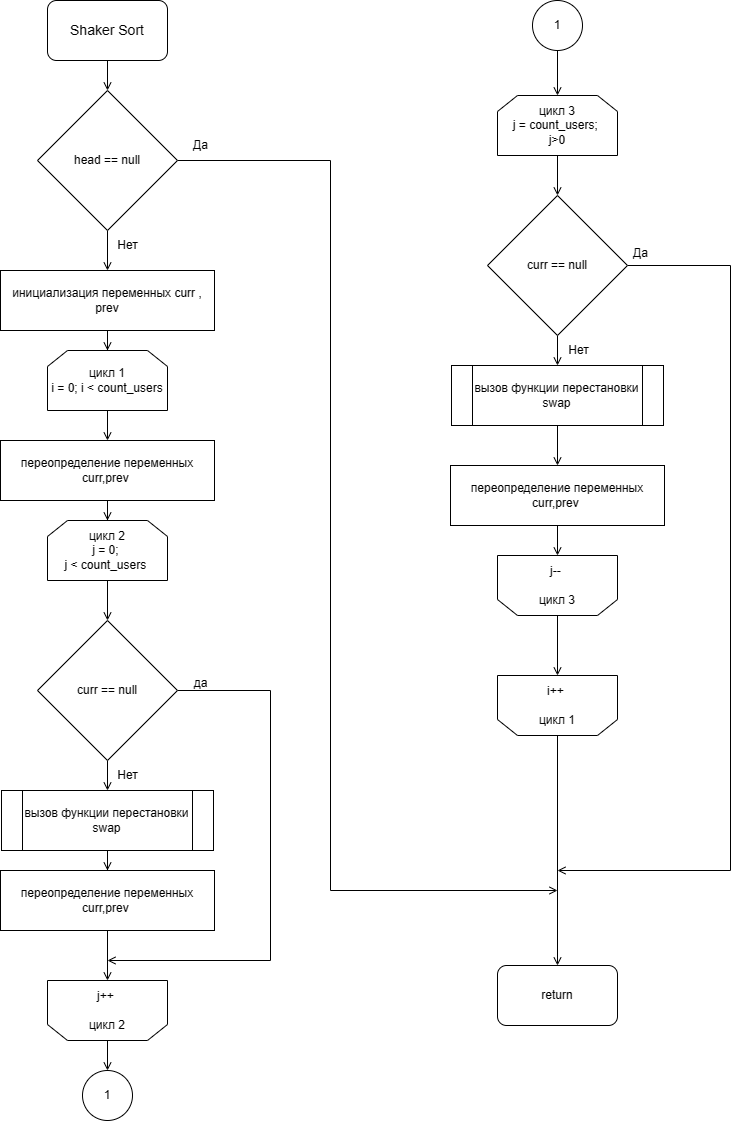
Earlier version of the draw.io export Diagrams/ShakerSort.drawio.png (alrx31/ExamineConstructor). Source tidied: cells renumbered, new cells last; positions are measured from the earlier drawing's top-left corner, leaving out a move shared by most shapes.
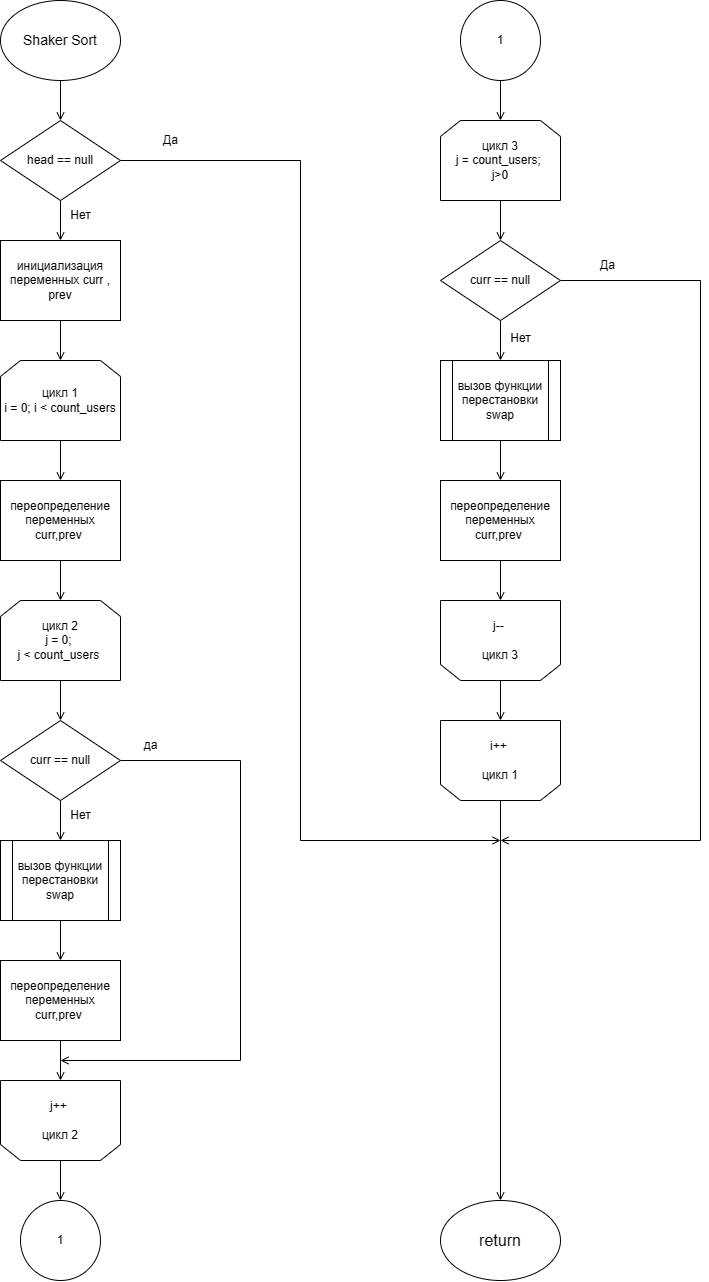
Later version of the same file.

Change to the diagram source:
```diff
@@ -5,156 +5,157 @@
     <mxCell id="2" style="edgeStyle=orthogonalEdgeStyle;rounded=0;jettySize=auto;html=1;endArrow=open;endFill=0;" parent="1" edge="1" source="3" target="8">
       <mxGeometry relative="1" as="geometry" />
     </mxCell>
-    <mxCell id="3" value="&lt;font style=&quot;font-size: 14px;&quot;&gt;Shaker Sort&lt;/font&gt;" style="rounded=1;whiteSpace=wrap;html=1;" parent="1" vertex="1">
-      <mxGeometry x="47" width="120" height="60" as="geometry" />
-    </mxCell>
     <mxCell id="4" style="edgeStyle=orthogonalEdgeStyle;rounded=0;jettySize=auto;html=1;endArrow=open;endFill=0;" parent="1" edge="1" source="5" target="12">
       <mxGeometry relative="1" as="geometry" />
     </mxCell>
     <mxCell id="5" value="инициализация переменных curr , prev" style="rounded=0;whiteSpace=wrap;html=1;" parent="1" vertex="1">
-      <mxGeometry y="270" width="214" height="60" as="geometry" />
+      <mxGeometry x="30" y="210" width="120" height="80" as="geometry" />
     </mxCell>
     <mxCell id="6" style="edgeStyle=orthogonalEdgeStyle;rounded=0;jettySize=auto;html=1;endArrow=open;endFill=0;" parent="1" edge="1" source="8" target="5">
       <mxGeometry relative="1" as="geometry" />
     </mxCell>
-    <mxCell id="7" style="edgeStyle=orthogonalEdgeStyle;rounded=0;jettySize=auto;html=1;endArrow=open;endFill=0;" parent="1" edge="1" source="8">
+    <mxCell id="7" style="edgeStyle=orthogonalEdgeStyle;rounded=0;jettySize=auto;html=1;endArrow=open;endFill=0;exitX=1;exitY=0.5;exitDx=0;exitDy=0;" parent="1" edge="1" source="8">
       <mxGeometry relative="1" as="geometry">
-        <mxPoint x="557" y="890" as="targetPoint" />
+        <mxPoint x="530" y="810" as="targetPoint" />
         <Array as="points">
-          <mxPoint x="330" y="160" />
+          <mxPoint x="147" y="130" />
+          <mxPoint x="330" y="130" />
           <mxPoint x="330" y="890" />
-          <mxPoint x="557" y="890" />
         </Array>
       </mxGeometry>
     </mxCell>
     <mxCell id="8" value="head == null" style="rhombus;whiteSpace=wrap;html=1;fontSize=12;" parent="1" vertex="1">
-      <mxGeometry x="37" y="90" width="140" height="140" as="geometry" />
+      <mxGeometry x="30" y="90" width="120" height="80" as="geometry" />
     </mxCell>
-    <mxCell id="9" value="return" style="rounded=1;whiteSpace=wrap;html=1;" parent="1" vertex="1">
-      <mxGeometry x="497" y="965" width="120" height="60" as="geometry" />
-    </mxCell>
     <mxCell id="10" value="Нет" style="text;html=1;align=center;verticalAlign=middle;strokeColor=none;fillColor=none;" parent="1" vertex="1">
-      <mxGeometry x="107" y="230" width="40" height="30" as="geometry" />
+      <mxGeometry x="90" y="170" width="40" height="30" as="geometry" />
     </mxCell>
     <mxCell id="11" style="edgeStyle=orthogonalEdgeStyle;rounded=0;jettySize=auto;html=1;endArrow=open;endFill=0;" parent="1" edge="1" source="12" target="20">
       <mxGeometry relative="1" as="geometry" />
     </mxCell>
     <mxCell id="12" value="цикл 1&lt;br style=&quot;font-size: 12px;&quot;&gt;i = 0; i &amp;lt; count_users" style="shape=loopLimit;whiteSpace=wrap;html=1;fontSize=12;fontStyle=0;" parent="1" vertex="1">
-      <mxGeometry x="47" y="350" width="120" height="60" as="geometry" />
+      <mxGeometry x="30" y="330" width="120" height="80" as="geometry" />
     </mxCell>
     <mxCell id="13" style="edgeStyle=orthogonalEdgeStyle;rounded=0;jettySize=auto;html=1;endArrow=open;endFill=0;" parent="1" edge="1" source="14" target="9">
       <mxGeometry relative="1" as="geometry" />
     </mxCell>
     <mxCell id="14" value="i++&amp;nbsp;&lt;br style=&quot;font-size: 12px;&quot;&gt;&lt;br style=&quot;font-size: 12px;&quot;&gt;цикл 1" style="shape=loopLimit;whiteSpace=wrap;html=1;direction=west;fontSize=12;fontStyle=0;" parent="1" vertex="1">
-      <mxGeometry x="497" y="675" width="120" height="60" as="geometry" />
+      <mxGeometry x="470" y="690" width="120" height="80" as="geometry" />
     </mxCell>
     <mxCell id="15" style="edgeStyle=orthogonalEdgeStyle;rounded=0;jettySize=auto;html=1;endArrow=open;endFill=0;" parent="1" edge="1" source="16" target="23">
       <mxGeometry relative="1" as="geometry" />
     </mxCell>
     <mxCell id="16" value="цикл 2&lt;br style=&quot;font-size: 12px;&quot;&gt;j = 0;&amp;nbsp;&lt;div&gt;j &amp;lt; count_users&amp;nbsp;&lt;/div&gt;" style="shape=loopLimit;whiteSpace=wrap;html=1;fontSize=12;fontStyle=0;" parent="1" vertex="1">
-      <mxGeometry x="47" y="520" width="120" height="60" as="geometry" />
+      <mxGeometry x="30" y="570" width="120" height="80" as="geometry" />
     </mxCell>
     <mxCell id="17" style="edgeStyle=orthogonalEdgeStyle;rounded=0;jettySize=auto;html=1;endArrow=open;endFill=0;" parent="1" edge="1" source="18" target="29">
       <mxGeometry relative="1" as="geometry" />
     </mxCell>
     <mxCell id="18" value="j++&amp;nbsp;&lt;div&gt;&lt;br style=&quot;font-size: 12px;&quot;&gt;цикл 2&lt;/div&gt;" style="shape=loopLimit;whiteSpace=wrap;html=1;direction=west;fontSize=12;fontStyle=0;" parent="1" vertex="1">
-      <mxGeometry x="47" y="980" width="120" height="60" as="geometry" />
+      <mxGeometry x="30" y="1050" width="120" height="80" as="geometry" />
     </mxCell>
     <mxCell id="19" style="edgeStyle=orthogonalEdgeStyle;rounded=0;jettySize=auto;html=1;endArrow=open;endFill=0;" parent="1" edge="1" source="20" target="16">
       <mxGeometry relative="1" as="geometry" />
     </mxCell>
     <mxCell id="20" value="переопределение переменных curr,prev&amp;nbsp;" style="rounded=0;whiteSpace=wrap;html=1;" parent="1" vertex="1">
-      <mxGeometry y="440" width="214" height="60" as="geometry" />
+      <mxGeometry x="30" y="450" width="120" height="80" as="geometry" />
     </mxCell>
     <mxCell id="21" style="edgeStyle=orthogonalEdgeStyle;rounded=0;jettySize=auto;html=1;endArrow=open;endFill=0;" parent="1" edge="1" source="23" target="25">
       <mxGeometry relative="1" as="geometry" />
     </mxCell>
-    <mxCell id="22" style="edgeStyle=orthogonalEdgeStyle;rounded=0;jettySize=auto;html=1;endArrow=open;endFill=0;" parent="1" edge="1" source="23">
+    <mxCell id="22" style="edgeStyle=orthogonalEdgeStyle;rounded=0;jettySize=auto;html=1;endArrow=open;endFill=0;exitX=1;exitY=0.5;exitDx=0;exitDy=0;" parent="1" edge="1" source="23">
       <mxGeometry relative="1" as="geometry">
-        <mxPoint x="107" y="960" as="targetPoint" />
+        <mxPoint x="90" y="1030" as="targetPoint" />
         <Array as="points">
-          <mxPoint x="270" y="690" />
-          <mxPoint x="270" y="960" />
+          <mxPoint x="270" y="730" />
+          <mxPoint x="270" y="1030" />
         </Array>
       </mxGeometry>
     </mxCell>
     <mxCell id="23" value="curr == null" style="rhombus;whiteSpace=wrap;html=1;fontSize=12;" parent="1" vertex="1">
-      <mxGeometry x="37" y="620" width="140" height="140" as="geometry" />
+      <mxGeometry x="30" y="690" width="120" height="80" as="geometry" />
     </mxCell>
     <mxCell id="24" style="edgeStyle=orthogonalEdgeStyle;rounded=0;jettySize=auto;html=1;endArrow=open;endFill=0;" parent="1" edge="1" source="25" target="28">
       <mxGeometry relative="1" as="geometry" />
     </mxCell>
     <mxCell id="25" value="вызов функции перестановки swap" style="shape=process;whiteSpace=wrap;html=1;backgroundOutline=1;" parent="1" vertex="1">
-      <mxGeometry x="1" y="790" width="212" height="60" as="geometry" />
+      <mxGeometry x="30" y="810" width="120" height="80" as="geometry" />
     </mxCell>
     <mxCell id="26" value="Нет" style="text;html=1;align=center;verticalAlign=middle;strokeColor=none;fillColor=none;" parent="1" vertex="1">
-      <mxGeometry x="107" y="760" width="40" height="30" as="geometry" />
+      <mxGeometry x="90" y="770" width="40" height="30" as="geometry" />
     </mxCell>
     <mxCell id="27" style="edgeStyle=orthogonalEdgeStyle;rounded=0;jettySize=auto;html=1;endArrow=open;endFill=0;" parent="1" edge="1" source="28" target="18">
       <mxGeometry relative="1" as="geometry" />
     </mxCell>
     <mxCell id="28" value="переопределение переменных curr,prev&amp;nbsp;" style="rounded=0;whiteSpace=wrap;html=1;" parent="1" vertex="1">
-      <mxGeometry y="870" width="214" height="60" as="geometry" />
+      <mxGeometry x="30" y="930" width="120" height="80" as="geometry" />
     </mxCell>
     <mxCell id="29" value="1" style="ellipse;whiteSpace=wrap;html=1;" parent="1" vertex="1">
-      <mxGeometry x="82" y="1070" width="50" height="50" as="geometry" />
+      <mxGeometry x="50" y="1170" width="80" height="80" as="geometry" />
     </mxCell>
     <mxCell id="30" style="edgeStyle=orthogonalEdgeStyle;rounded=0;jettySize=auto;html=1;endArrow=open;endFill=0;" parent="1" edge="1" source="31" target="33">
       <mxGeometry relative="1" as="geometry" />
     </mxCell>
     <mxCell id="31" value="1" style="ellipse;whiteSpace=wrap;html=1;" parent="1" vertex="1">
-      <mxGeometry x="532" width="50" height="50" as="geometry" />
+      <mxGeometry x="490" y="-30" width="80" height="80" as="geometry" />
     </mxCell>
     <mxCell id="32" style="edgeStyle=orthogonalEdgeStyle;rounded=0;jettySize=auto;html=1;endArrow=open;endFill=0;" parent="1" edge="1" source="33" target="38">
       <mxGeometry relative="1" as="geometry" />
     </mxCell>
     <mxCell id="33" value="цикл 3&lt;br style=&quot;font-size: 12px;&quot;&gt;j = count_users;&amp;nbsp;&lt;div&gt;j&amp;gt;0&lt;/div&gt;" style="shape=loopLimit;whiteSpace=wrap;html=1;fontSize=12;fontStyle=0;" parent="1" vertex="1">
-      <mxGeometry x="497" y="95" width="120" height="60" as="geometry" />
+      <mxGeometry x="470" y="90" width="120" height="80" as="geometry" />
     </mxCell>
     <mxCell id="34" style="edgeStyle=orthogonalEdgeStyle;rounded=0;jettySize=auto;html=1;endArrow=open;endFill=0;" parent="1" edge="1" source="35" target="14">
       <mxGeometry relative="1" as="geometry" />
     </mxCell>
     <mxCell id="35" value="j--&amp;nbsp;&lt;div&gt;&lt;br style=&quot;font-size: 12px;&quot;&gt;цикл 3&lt;/div&gt;" style="shape=loopLimit;whiteSpace=wrap;html=1;direction=west;fontSize=12;fontStyle=0;" parent="1" vertex="1">
-      <mxGeometry x="497" y="555" width="120" height="60" as="geometry" />
+      <mxGeometry x="470" y="570" width="120" height="80" as="geometry" />
     </mxCell>
     <mxCell id="36" style="edgeStyle=orthogonalEdgeStyle;rounded=0;jettySize=auto;html=1;endArrow=open;endFill=0;" parent="1" edge="1" source="38" target="40">
       <mxGeometry relative="1" as="geometry" />
     </mxCell>
-    <mxCell id="37" style="edgeStyle=orthogonalEdgeStyle;rounded=0;jettySize=auto;html=1;endArrow=open;endFill=0;" parent="1" edge="1" source="38">
+    <mxCell id="37" style="edgeStyle=orthogonalEdgeStyle;rounded=0;jettySize=auto;html=1;endArrow=open;endFill=0;exitX=1;exitY=0.5;exitDx=0;exitDy=0;" parent="1" edge="1" source="38">
       <mxGeometry relative="1" as="geometry">
-        <mxPoint x="557" y="870" as="targetPoint" />
+        <mxPoint x="530" y="810" as="targetPoint" />
         <Array as="points">
-          <mxPoint x="730" y="265" />
-          <mxPoint x="730" y="870" />
+          <mxPoint x="730" y="250" />
+          <mxPoint x="730" y="810" />
+          <mxPoint x="530" y="810" />
         </Array>
       </mxGeometry>
     </mxCell>
     <mxCell id="38" value="curr == null" style="rhombus;whiteSpace=wrap;html=1;fontSize=12;" parent="1" vertex="1">
-      <mxGeometry x="487" y="195" width="140" height="140" as="geometry" />
+      <mxGeometry x="470" y="210" width="120" height="80" as="geometry" />
     </mxCell>
     <mxCell id="39" style="edgeStyle=orthogonalEdgeStyle;rounded=0;jettySize=auto;html=1;endArrow=open;endFill=0;" parent="1" edge="1" source="40" target="43">
       <mxGeometry relative="1" as="geometry" />
     </mxCell>
     <mxCell id="40" value="вызов функции перестановки swap" style="shape=process;whiteSpace=wrap;html=1;backgroundOutline=1;" parent="1" vertex="1">
-      <mxGeometry x="451" y="365" width="212" height="60" as="geometry" />
+      <mxGeometry x="470" y="330" width="120" height="80" as="geometry" />
     </mxCell>
     <mxCell id="41" value="Нет" style="text;html=1;align=center;verticalAlign=middle;strokeColor=none;fillColor=none;" parent="1" vertex="1">
-      <mxGeometry x="558" y="335" width="40" height="30" as="geometry" />
+      <mxGeometry x="530" y="293" width="40" height="30" as="geometry" />
     </mxCell>
     <mxCell id="42" style="edgeStyle=orthogonalEdgeStyle;rounded=0;jettySize=auto;html=1;endArrow=open;endFill=0;" parent="1" edge="1" source="43" target="35">
       <mxGeometry relative="1" as="geometry" />
     </mxCell>
     <mxCell id="43" value="переопределение переменных curr,prev&amp;nbsp;" style="rounded=0;whiteSpace=wrap;html=1;" parent="1" vertex="1">
-      <mxGeometry x="450" y="465" width="214" height="60" as="geometry" />
+      <mxGeometry x="470" y="450" width="120" height="80" as="geometry" />
     </mxCell>
     <mxCell id="44" value="Да" style="text;html=1;align=center;verticalAlign=middle;strokeColor=none;fillColor=none;" parent="1" vertex="1">
-      <mxGeometry x="180" y="130" width="40" height="30" as="geometry" />
+      <mxGeometry x="180" y="95" width="40" height="30" as="geometry" />
     </mxCell>
     <mxCell id="45" value="да" style="text;html=1;align=center;verticalAlign=middle;strokeColor=none;fillColor=none;" parent="1" vertex="1">
-      <mxGeometry x="180" y="668" width="40" height="30" as="geometry" />
+      <mxGeometry x="160" y="700" width="40" height="30" as="geometry" />
     </mxCell>
     <mxCell id="46" value="Да" style="text;html=1;align=center;verticalAlign=middle;strokeColor=none;fillColor=none;" parent="1" vertex="1">
-      <mxGeometry x="620" y="238" width="40" height="30" as="geometry" />
+      <mxGeometry x="617" y="220" width="40" height="30" as="geometry" />
     </mxCell>
+    <mxCell id="9" value="&lt;span style=&quot;font-size: 16px;&quot;&gt;return&lt;/span&gt;" style="ellipse;whiteSpace=wrap;html=1;" parent="1" vertex="1">
+      <mxGeometry x="470" y="1170" width="120" height="80" as="geometry" />
+    </mxCell>
+    <mxCell id="3" value="&lt;span style=&quot;font-size: 14px;&quot;&gt;Shaker Sort&lt;/span&gt;" style="ellipse;whiteSpace=wrap;html=1;" parent="1" vertex="1">
+      <mxGeometry x="30" y="-30" width="120" height="80" as="geometry" />
+    </mxCell>
   </root>
 </mxGraphModel>
```
